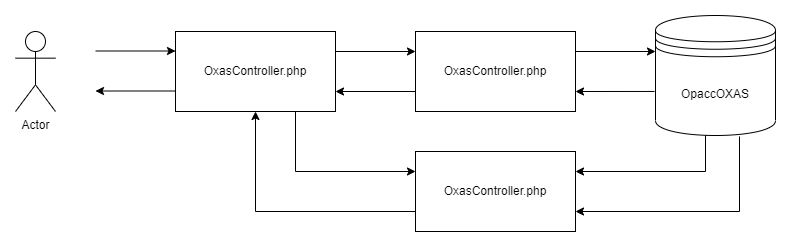
The draw.io diagram doc/OxasRequestNoCache.png in linusniederer/opacc-oxas-php-library, before a commit. Source tidied: cells renumbered, new cells last; positions are measured from the earlier drawing's top-left corner, leaving out a move shared by most shapes. The source it was exported from:
```xml
<mxGraphModel>
  <root>
    <mxCell id="0" />
    <mxCell id="1" parent="0" />
    <mxCell id="2" value="Actor" style="shape=umlActor;verticalLabelPosition=bottom;verticalAlign=top;html=1;" parent="1" vertex="1">
      <mxGeometry y="16" width="40" height="80" as="geometry" />
    </mxCell>
    <mxCell id="3" style="edgeStyle=orthogonalEdgeStyle;rounded=0;jettySize=auto;html=1;exitX=1;exitY=0.25;exitDx=0;exitDy=0;entryX=0;entryY=0.25;entryDx=0;entryDy=0;" parent="1" edge="1" source="5" target="8">
      <mxGeometry relative="1" as="geometry" />
    </mxCell>
    <mxCell id="4" style="edgeStyle=orthogonalEdgeStyle;rounded=0;jettySize=auto;html=1;exitX=0.75;exitY=1;exitDx=0;exitDy=0;entryX=0;entryY=0.25;entryDx=0;entryDy=0;" parent="1" edge="1" source="5" target="10">
      <mxGeometry relative="1" as="geometry" />
    </mxCell>
    <mxCell id="5" value="OxasController.php" style="rounded=0;whiteSpace=wrap;html=1;" parent="1" vertex="1">
      <mxGeometry x="160" y="16" width="160" height="80" as="geometry" />
    </mxCell>
    <mxCell id="6" style="edgeStyle=orthogonalEdgeStyle;rounded=0;jettySize=auto;html=1;exitX=0;exitY=0.75;exitDx=0;exitDy=0;entryX=1;entryY=0.75;entryDx=0;entryDy=0;" parent="1" edge="1" source="8" target="5">
      <mxGeometry relative="1" as="geometry" />
    </mxCell>
    <mxCell id="7" style="edgeStyle=orthogonalEdgeStyle;rounded=0;jettySize=auto;html=1;exitX=1;exitY=0.25;exitDx=0;exitDy=0;entryX=0;entryY=0.3;entryDx=0;entryDy=0;" parent="1" edge="1" source="8" target="14">
      <mxGeometry relative="1" as="geometry" />
    </mxCell>
    <mxCell id="8" value="OxasController.php" style="rounded=0;whiteSpace=wrap;html=1;" parent="1" vertex="1">
      <mxGeometry x="400" y="16" width="160" height="80" as="geometry" />
    </mxCell>
    <mxCell id="9" style="edgeStyle=orthogonalEdgeStyle;rounded=0;jettySize=auto;html=1;exitX=0;exitY=0.75;exitDx=0;exitDy=0;entryX=0.5;entryY=1;entryDx=0;entryDy=0;" parent="1" edge="1" source="10" target="5">
      <mxGeometry relative="1" as="geometry" />
    </mxCell>
    <mxCell id="10" value="OxasController.php" style="rounded=0;whiteSpace=wrap;html=1;" parent="1" vertex="1">
      <mxGeometry x="400" y="136" width="160" height="80" as="geometry" />
    </mxCell>
    <mxCell id="11" style="edgeStyle=orthogonalEdgeStyle;rounded=0;jettySize=auto;html=1;entryX=1;entryY=0.75;entryDx=0;entryDy=0;exitX=0.7;exitY=1.008;exitDx=0;exitDy=0;exitPerimeter=0;" parent="1" edge="1" source="14" target="10">
      <mxGeometry relative="1" as="geometry">
        <Array as="points">
          <mxPoint x="724" y="196" />
        </Array>
      </mxGeometry>
    </mxCell>
    <mxCell id="12" style="edgeStyle=orthogonalEdgeStyle;rounded=0;jettySize=auto;html=1;exitX=0.425;exitY=1;exitDx=0;exitDy=0;exitPerimeter=0;entryX=1;entryY=0.25;entryDx=0;entryDy=0;" parent="1" edge="1" source="14" target="10">
      <mxGeometry relative="1" as="geometry">
        <Array as="points">
          <mxPoint x="690" y="120" />
          <mxPoint x="690" y="156" />
        </Array>
      </mxGeometry>
    </mxCell>
    <mxCell id="13" style="edgeStyle=orthogonalEdgeStyle;rounded=0;jettySize=auto;html=1;exitX=-0.008;exitY=0.633;exitDx=0;exitDy=0;entryX=1;entryY=0.75;entryDx=0;entryDy=0;exitPerimeter=0;" parent="1" edge="1" source="14" target="8">
      <mxGeometry relative="1" as="geometry" />
    </mxCell>
    <mxCell id="14" value="OpaccOXAS" style="shape=datastore;whiteSpace=wrap;html=1;" parent="1" vertex="1">
      <mxGeometry x="640" width="120" height="120" as="geometry" />
    </mxCell>
    <mxCell id="15" style="edgeStyle=orthogonalEdgeStyle;rounded=0;orthogonalLoop=1;jettySize=auto;html=1;exitX=1;exitY=0.25;exitDx=0;exitDy=0;entryX=0;entryY=0.25;entryDx=0;entryDy=0;" parent="1" edge="1">
      <mxGeometry relative="1" as="geometry">
        <mxPoint x="80" y="35.5" as="sourcePoint" />
        <mxPoint x="160" y="35.5" as="targetPoint" />
      </mxGeometry>
    </mxCell>
    <mxCell id="16" style="edgeStyle=orthogonalEdgeStyle;rounded=0;orthogonalLoop=1;jettySize=auto;html=1;exitX=0;exitY=0.75;exitDx=0;exitDy=0;entryX=1;entryY=0.75;entryDx=0;entryDy=0;" parent="1" edge="1">
      <mxGeometry relative="1" as="geometry">
        <mxPoint x="160" y="75.5" as="sourcePoint" />
        <mxPoint x="80" y="75.5" as="targetPoint" />
      </mxGeometry>
    </mxCell>
  </root>
</mxGraphModel>
```
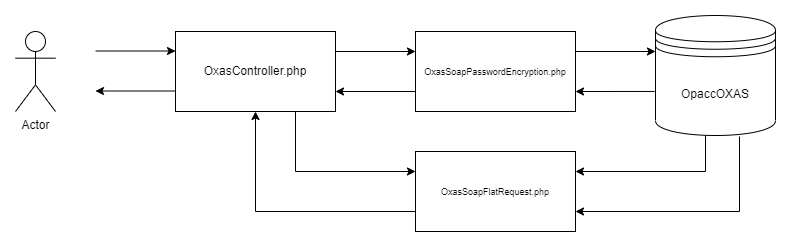
The same file after the commit.

The edit, as a diff of the source:
```diff
@@ -5,62 +5,62 @@
     <mxCell id="2" value="Actor" style="shape=umlActor;verticalLabelPosition=bottom;verticalAlign=top;html=1;" parent="1" vertex="1">
       <mxGeometry y="16" width="40" height="80" as="geometry" />
     </mxCell>
-    <mxCell id="3" style="edgeStyle=orthogonalEdgeStyle;rounded=0;jettySize=auto;html=1;exitX=1;exitY=0.25;exitDx=0;exitDy=0;entryX=0;entryY=0.25;entryDx=0;entryDy=0;" parent="1" edge="1" source="5" target="8">
-      <mxGeometry relative="1" as="geometry" />
-    </mxCell>
-    <mxCell id="4" style="edgeStyle=orthogonalEdgeStyle;rounded=0;jettySize=auto;html=1;exitX=0.75;exitY=1;exitDx=0;exitDy=0;entryX=0;entryY=0.25;entryDx=0;entryDy=0;" parent="1" edge="1" source="5" target="10">
-      <mxGeometry relative="1" as="geometry" />
-    </mxCell>
-    <mxCell id="5" value="OxasController.php" style="rounded=0;whiteSpace=wrap;html=1;" parent="1" vertex="1">
-      <mxGeometry x="160" y="16" width="160" height="80" as="geometry" />
-    </mxCell>
-    <mxCell id="6" style="edgeStyle=orthogonalEdgeStyle;rounded=0;jettySize=auto;html=1;exitX=0;exitY=0.75;exitDx=0;exitDy=0;entryX=1;entryY=0.75;entryDx=0;entryDy=0;" parent="1" edge="1" source="8" target="5">
-      <mxGeometry relative="1" as="geometry" />
-    </mxCell>
-    <mxCell id="7" style="edgeStyle=orthogonalEdgeStyle;rounded=0;jettySize=auto;html=1;exitX=1;exitY=0.25;exitDx=0;exitDy=0;entryX=0;entryY=0.3;entryDx=0;entryDy=0;" parent="1" edge="1" source="8" target="14">
-      <mxGeometry relative="1" as="geometry" />
-    </mxCell>
-    <mxCell id="8" value="OxasController.php" style="rounded=0;whiteSpace=wrap;html=1;" parent="1" vertex="1">
-      <mxGeometry x="400" y="16" width="160" height="80" as="geometry" />
-    </mxCell>
-    <mxCell id="9" style="edgeStyle=orthogonalEdgeStyle;rounded=0;jettySize=auto;html=1;exitX=0;exitY=0.75;exitDx=0;exitDy=0;entryX=0.5;entryY=1;entryDx=0;entryDy=0;" parent="1" edge="1" source="10" target="5">
-      <mxGeometry relative="1" as="geometry" />
-    </mxCell>
-    <mxCell id="10" value="OxasController.php" style="rounded=0;whiteSpace=wrap;html=1;" parent="1" vertex="1">
-      <mxGeometry x="400" y="136" width="160" height="80" as="geometry" />
-    </mxCell>
-    <mxCell id="11" style="edgeStyle=orthogonalEdgeStyle;rounded=0;jettySize=auto;html=1;entryX=1;entryY=0.75;entryDx=0;entryDy=0;exitX=0.7;exitY=1.008;exitDx=0;exitDy=0;exitPerimeter=0;" parent="1" edge="1" source="14" target="10">
-      <mxGeometry relative="1" as="geometry">
-        <Array as="points">
-          <mxPoint x="724" y="196" />
-        </Array>
-      </mxGeometry>
-    </mxCell>
-    <mxCell id="12" style="edgeStyle=orthogonalEdgeStyle;rounded=0;jettySize=auto;html=1;exitX=0.425;exitY=1;exitDx=0;exitDy=0;exitPerimeter=0;entryX=1;entryY=0.25;entryDx=0;entryDy=0;" parent="1" edge="1" source="14" target="10">
-      <mxGeometry relative="1" as="geometry">
-        <Array as="points">
-          <mxPoint x="690" y="120" />
-          <mxPoint x="690" y="156" />
-        </Array>
-      </mxGeometry>
-    </mxCell>
-    <mxCell id="13" style="edgeStyle=orthogonalEdgeStyle;rounded=0;jettySize=auto;html=1;exitX=-0.008;exitY=0.633;exitDx=0;exitDy=0;entryX=1;entryY=0.75;entryDx=0;entryDy=0;exitPerimeter=0;" parent="1" edge="1" source="14" target="8">
-      <mxGeometry relative="1" as="geometry" />
-    </mxCell>
+    <mxCell id="17" style="edgeStyle=orthogonalEdgeStyle;rounded=0;jettySize=auto;html=1;exitX=1;exitY=0.25;exitDx=0;exitDy=0;entryX=0;entryY=0.25;entryDx=0;entryDy=0;" parent="1" edge="1" source="19" target="22">
+      <mxGeometry relative="1" as="geometry" />
+    </mxCell>
+    <mxCell id="18" style="edgeStyle=orthogonalEdgeStyle;rounded=0;jettySize=auto;html=1;exitX=0.75;exitY=1;exitDx=0;exitDy=0;entryX=0;entryY=0.25;entryDx=0;entryDy=0;" parent="1" edge="1" source="19" target="24">
+      <mxGeometry relative="1" as="geometry" />
+    </mxCell>
+    <mxCell id="19" value="OxasController.php" style="rounded=0;whiteSpace=wrap;html=1;" parent="1" vertex="1">
+      <mxGeometry x="160" y="16" width="160" height="80" as="geometry" />
+    </mxCell>
+    <mxCell id="20" style="edgeStyle=orthogonalEdgeStyle;rounded=0;jettySize=auto;html=1;exitX=0;exitY=0.75;exitDx=0;exitDy=0;entryX=1;entryY=0.75;entryDx=0;entryDy=0;" parent="1" edge="1" source="22" target="19">
+      <mxGeometry relative="1" as="geometry" />
+    </mxCell>
+    <mxCell id="21" style="edgeStyle=orthogonalEdgeStyle;rounded=0;jettySize=auto;html=1;exitX=1;exitY=0.25;exitDx=0;exitDy=0;entryX=0;entryY=0.3;entryDx=0;entryDy=0;" parent="1" edge="1" source="22" target="14">
+      <mxGeometry relative="1" as="geometry" />
+    </mxCell>
+    <mxCell id="22" value="&lt;span style=&quot;font-size: 9px;&quot;&gt;OxasSoapPasswordEncryption.php&lt;/span&gt;" style="rounded=0;whiteSpace=wrap;html=1;" parent="1" vertex="1">
+      <mxGeometry x="400" y="16" width="160" height="80" as="geometry" />
+    </mxCell>
+    <mxCell id="23" style="edgeStyle=orthogonalEdgeStyle;rounded=0;jettySize=auto;html=1;exitX=0;exitY=0.75;exitDx=0;exitDy=0;entryX=0.5;entryY=1;entryDx=0;entryDy=0;" parent="1" edge="1" source="24" target="19">
+      <mxGeometry relative="1" as="geometry" />
+    </mxCell>
+    <mxCell id="24" value="&lt;span style=&quot;font-size: 9px;&quot;&gt;OxasSoapFlatRequest.php&lt;/span&gt;" style="rounded=0;whiteSpace=wrap;html=1;" parent="1" vertex="1">
+      <mxGeometry x="400" y="136" width="160" height="80" as="geometry" />
+    </mxCell>
+    <mxCell id="25" style="edgeStyle=orthogonalEdgeStyle;rounded=0;jettySize=auto;html=1;entryX=1;entryY=0.75;entryDx=0;entryDy=0;exitX=0.7;exitY=1.008;exitDx=0;exitDy=0;exitPerimeter=0;" parent="1" edge="1" source="14" target="24">
+      <mxGeometry relative="1" as="geometry">
+        <Array as="points">
+          <mxPoint x="724" y="196" />
+        </Array>
+      </mxGeometry>
+    </mxCell>
+    <mxCell id="26" style="edgeStyle=orthogonalEdgeStyle;rounded=0;jettySize=auto;html=1;exitX=0.425;exitY=1;exitDx=0;exitDy=0;exitPerimeter=0;entryX=1;entryY=0.25;entryDx=0;entryDy=0;" parent="1" edge="1" source="14" target="24">
+      <mxGeometry relative="1" as="geometry">
+        <Array as="points">
+          <mxPoint x="690" y="120" />
+          <mxPoint x="690" y="156" />
+        </Array>
+      </mxGeometry>
+    </mxCell>
+    <mxCell id="27" style="edgeStyle=orthogonalEdgeStyle;rounded=0;jettySize=auto;html=1;exitX=-0.008;exitY=0.633;exitDx=0;exitDy=0;entryX=1;entryY=0.75;entryDx=0;entryDy=0;exitPerimeter=0;" parent="1" edge="1" source="14" target="22">
+      <mxGeometry relative="1" as="geometry" />
+    </mxCell>
     <mxCell id="14" value="OpaccOXAS" style="shape=datastore;whiteSpace=wrap;html=1;" parent="1" vertex="1">
       <mxGeometry x="640" width="120" height="120" as="geometry" />
     </mxCell>
-    <mxCell id="15" style="edgeStyle=orthogonalEdgeStyle;rounded=0;orthogonalLoop=1;jettySize=auto;html=1;exitX=1;exitY=0.25;exitDx=0;exitDy=0;entryX=0;entryY=0.25;entryDx=0;entryDy=0;" parent="1" edge="1">
-      <mxGeometry relative="1" as="geometry">
-        <mxPoint x="80" y="35.5" as="sourcePoint" />
-        <mxPoint x="160" y="35.5" as="targetPoint" />
-      </mxGeometry>
-    </mxCell>
-    <mxCell id="16" style="edgeStyle=orthogonalEdgeStyle;rounded=0;orthogonalLoop=1;jettySize=auto;html=1;exitX=0;exitY=0.75;exitDx=0;exitDy=0;entryX=1;entryY=0.75;entryDx=0;entryDy=0;" parent="1" edge="1">
-      <mxGeometry relative="1" as="geometry">
-        <mxPoint x="160" y="75.5" as="sourcePoint" />
-        <mxPoint x="80" y="75.5" as="targetPoint" />
-      </mxGeometry>
-    </mxCell>
+    <mxCell id="28" style="edgeStyle=orthogonalEdgeStyle;rounded=0;orthogonalLoop=1;jettySize=auto;html=1;exitX=1;exitY=0.25;exitDx=0;exitDy=0;entryX=0;entryY=0.25;entryDx=0;entryDy=0;" parent="1" edge="1">
+      <mxGeometry relative="1" as="geometry">
+        <mxPoint x="80" y="35.5" as="sourcePoint" />
+        <mxPoint x="160" y="35.5" as="targetPoint" />
+      </mxGeometry>
+    </mxCell>
+    <mxCell id="29" style="edgeStyle=orthogonalEdgeStyle;rounded=0;orthogonalLoop=1;jettySize=auto;html=1;exitX=0;exitY=0.75;exitDx=0;exitDy=0;entryX=1;entryY=0.75;entryDx=0;entryDy=0;" parent="1" edge="1">
+      <mxGeometry relative="1" as="geometry">
+        <mxPoint x="160" y="75.5" as="sourcePoint" />
+        <mxPoint x="80" y="75.5" as="targetPoint" />
+      </mxGeometry>
+    </mxCell>
   </root>
 </mxGraphModel>
```
